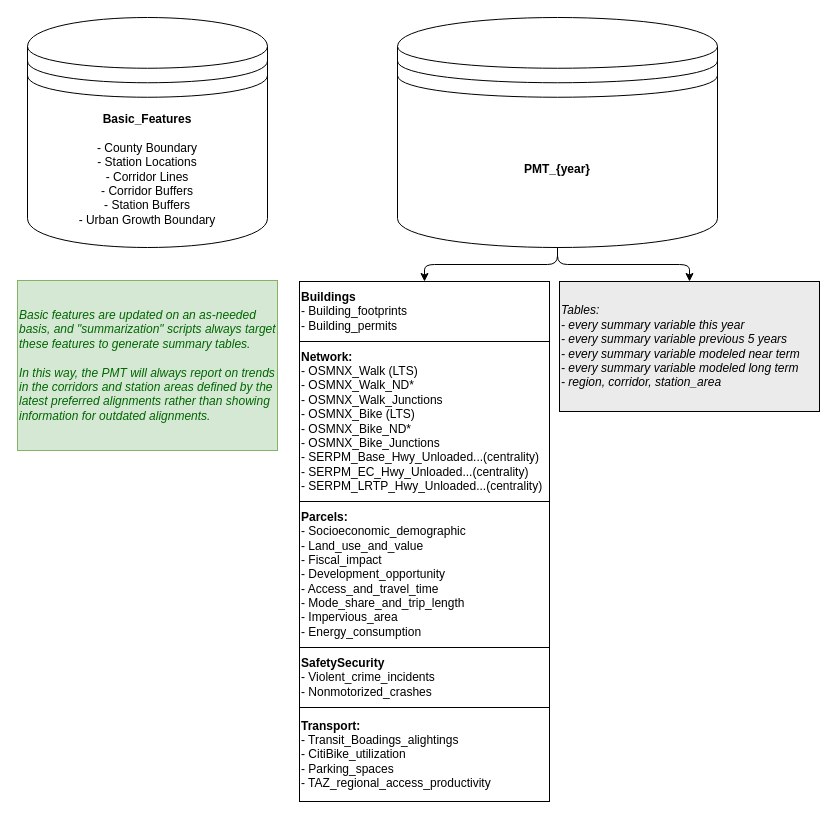
Above: page "GDBContents" (2 of 2) of Untitled Diagram.drawio in renaissanceplanning/Miami-TOD-PMT (draw.io), before the change. Source tidied: cells renumbered, new cells numbered last; positions are measured from the earlier drawing's top-left corner, leaving out a move shared by most shapes. Both pictures are drawn from the tidied source at 100%, with x=0, y=0 at pixel (17, 17).
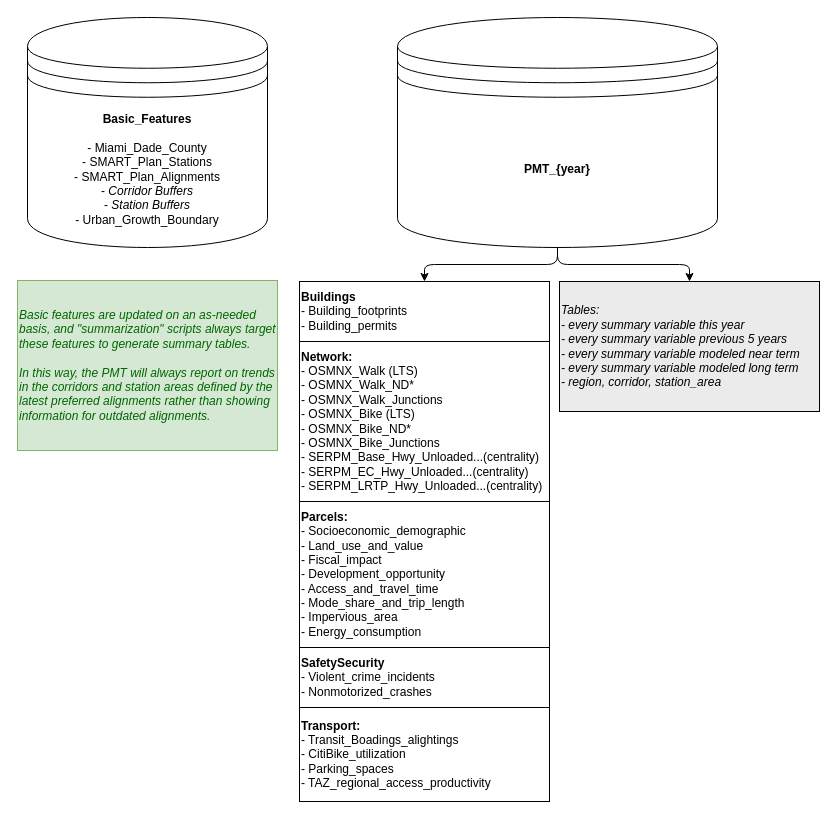
After the change.

What changed in the source:
```diff
@@
 <mxGraphModel>
   <root>
     <mxCell id="0" />
     <mxCell id="1" parent="0" />
     <mxCell id="2" value="&lt;b&gt;PMT_{year}&lt;/b&gt;" style="shape=datastore;whiteSpace=wrap;html=1;" parent="1" vertex="1">
       <mxGeometry x="380" width="320" height="230" as="geometry" />
     </mxCell>
     <mxCell id="3" value="&lt;div&gt;&lt;b&gt;Parcels:&lt;/b&gt;&lt;/div&gt;&lt;div&gt;- Socioeconomic_demographic&lt;br&gt;&lt;/div&gt;&lt;div&gt;- Land_use_and_value&lt;br&gt;&lt;/div&gt;&lt;div&gt;- Fiscal_impact&lt;/div&gt;&lt;div&gt;- Development_opportunity&lt;/div&gt;&lt;div&gt;- Access_and_travel_time&lt;/div&gt;&lt;div&gt;- Mode_share_and_trip_length&lt;/div&gt;&lt;div&gt;- Impervious_area&lt;br&gt;&lt;/div&gt;&lt;div&gt;- Energy_consumption&lt;/div&gt;" style="text;html=1;align=left;verticalAlign=middle;whiteSpace=wrap;rounded=0;strokeColor=#000000;" parent="1" vertex="1">
       <mxGeometry x="282" y="484" width="250" height="146" as="geometry" />
     </mxCell>
-    <mxCell id="4" value="&lt;div&gt;&lt;b&gt;Basic_Features&lt;/b&gt;&lt;/div&gt;&lt;div&gt;&lt;br&gt;&lt;div&gt;- County Boundary&lt;/div&gt;&lt;div&gt;- Station Locations&lt;/div&gt;&lt;div&gt;- Corridor Lines&lt;/div&gt;&lt;div&gt;- Corridor Buffers&lt;/div&gt;&lt;div&gt;- Station Buffers&lt;/div&gt;- Urban Growth Boundary&lt;/div&gt;" style="shape=datastore;whiteSpace=wrap;html=1;" parent="1" vertex="1">
+    <mxCell id="4" value="&lt;div&gt;&lt;b&gt;Basic_Features&lt;/b&gt;&lt;/div&gt;&lt;div&gt;&lt;br&gt;&lt;div&gt;- Miami_Dade_County&lt;/div&gt;&lt;div&gt;- SMART_Plan_Stations&lt;/div&gt;&lt;div&gt;- SMART_Plan_Alignments&lt;/div&gt;&lt;div&gt;- &lt;i&gt;Corridor Buffers&lt;/i&gt;&lt;/div&gt;&lt;div&gt;- &lt;i&gt;Station Buffers&lt;/i&gt;&lt;/div&gt;- Urban_Growth_Boundary&lt;/div&gt;" style="shape=datastore;whiteSpace=wrap;html=1;" parent="1" vertex="1">
       <mxGeometry x="10" width="240" height="230" as="geometry" />
     </mxCell>
     <mxCell id="5" value="&lt;div&gt;&lt;b&gt;Network:&lt;/b&gt;&lt;/div&gt;&lt;div&gt;- OSMNX_Walk (LTS)&lt;br&gt;&lt;/div&gt;&lt;div&gt;- OSMNX_Walk_ND*&lt;/div&gt;&lt;div&gt;- OSMNX_Walk_Junctions&lt;br&gt;&lt;/div&gt;&lt;div&gt;- OSMNX_Bike (LTS)&lt;br&gt;&lt;/div&gt;&lt;div&gt;- OSMNX_Bike_ND*&lt;/div&gt;&lt;div&gt;- OSMNX_Bike_Junctions&lt;/div&gt;&lt;div&gt;- SERPM_Base_Hwy_Unloaded...(centrality)&lt;/div&gt;&lt;div&gt;- SERPM_EC_Hwy_Unloaded...(centrality)&lt;/div&gt;&lt;div&gt;- SERPM_LRTP_Hwy_Unloaded...(centrality)&lt;/div&gt;" style="text;html=1;align=left;verticalAlign=middle;whiteSpace=wrap;rounded=0;strokeColor=#000000;" parent="1" vertex="1">
       <mxGeometry x="282" y="324" width="250" height="160" as="geometry" />
     </mxCell>
     <mxCell id="6" value="&lt;div&gt;&lt;b&gt;Transport:&lt;/b&gt;&lt;/div&gt;&lt;div&gt;- Transit_Boadings_alightings&lt;/div&gt;&lt;div&gt;- CitiBike_utilization&lt;/div&gt;&lt;div&gt;- Parking_spaces&lt;/div&gt;&lt;div&gt;- TAZ_regional_access_productivity&lt;/div&gt;" style="text;html=1;align=left;verticalAlign=middle;whiteSpace=wrap;rounded=0;strokeColor=#000000;" parent="1" vertex="1">
       <mxGeometry x="282" y="690" width="250" height="94" as="geometry" />
     </mxCell>
     <mxCell id="7" value="&lt;div&gt;&lt;b&gt;SafetySecurity&lt;/b&gt;&lt;/div&gt;&lt;div&gt;- Violent_crime_incidents&lt;/div&gt;&lt;div&gt;- Nonmotorized_crashes&lt;br&gt;&lt;/div&gt;" style="text;html=1;align=left;verticalAlign=middle;whiteSpace=wrap;rounded=0;strokeColor=#000000;" parent="1" vertex="1">
       <mxGeometry x="282" y="630" width="250" height="60" as="geometry" />
     </mxCell>
     <mxCell id="8" value="&lt;div&gt;&lt;i&gt;Tables:&lt;/i&gt;&lt;/div&gt;&lt;div&gt;&lt;i&gt;- every summary variable this year&lt;br&gt;&lt;/i&gt;&lt;/div&gt;&lt;div&gt;&lt;i&gt;- every summary variable previous 5 years&lt;/i&gt;&lt;/div&gt;&lt;div&gt;&lt;i&gt;- every summary variable modeled near term&lt;/i&gt;&lt;/div&gt;&lt;div&gt;&lt;i&gt;- every summary variable modeled long term&lt;br&gt;&lt;/i&gt;&lt;/div&gt;&lt;div&gt;&lt;i&gt;- region, corridor, station_area&lt;br&gt;&lt;/i&gt;&lt;/div&gt;" style="text;html=1;align=left;verticalAlign=middle;whiteSpace=wrap;rounded=0;strokeColor=#000000;fillColor=#EBEBEB;" parent="1" vertex="1">
       <mxGeometry x="542" y="264" width="260" height="130" as="geometry" />
     </mxCell>
     <mxCell id="9" value="&lt;div&gt;&lt;b&gt;Buildings&lt;/b&gt;&lt;/div&gt;&lt;div&gt;- Building_footprints&lt;/div&gt;&lt;div&gt;- Building_permits&lt;br&gt;&lt;/div&gt;" style="text;html=1;align=left;verticalAlign=middle;whiteSpace=wrap;rounded=0;strokeColor=#000000;" parent="1" vertex="1">
       <mxGeometry x="282" y="264" width="250" height="60" as="geometry" />
     </mxCell>
     <mxCell id="10" style="endArrow=classic;html=1;strokeWidth=1;fontColor=#000099;edgeStyle=orthogonalEdgeStyle;" parent="1" edge="1" source="2" target="9">
       <mxGeometry relative="1" as="geometry" />
     </mxCell>
     <mxCell id="11" style="endArrow=classic;html=1;strokeWidth=1;fontColor=#000099;edgeStyle=orthogonalEdgeStyle;" parent="1" edge="1" source="2" target="8">
       <mxGeometry relative="1" as="geometry" />
     </mxCell>
     <mxCell id="12" value="&lt;div&gt;&lt;font color=&quot;#006600&quot;&gt;&lt;i&gt;Basic features are updated on an as-needed basis, and &quot;summarization&quot; scripts always target these features to generate summary tables. &lt;br&gt;&lt;/i&gt;&lt;/font&gt;&lt;/div&gt;&lt;div&gt;&lt;font color=&quot;#006600&quot;&gt;&lt;i&gt;&lt;br&gt;&lt;/i&gt;&lt;/font&gt;&lt;/div&gt;&lt;div&gt;&lt;font color=&quot;#006600&quot;&gt;&lt;i&gt;In this way, the PMT will always report on trends in the corridors and station areas defined by the latest preferred alignments rather than showing information for outdated alignments. &lt;br&gt;&lt;/i&gt;&lt;/font&gt;&lt;/div&gt;" style="text;html=1;align=left;verticalAlign=middle;whiteSpace=wrap;rounded=0;strokeColor=#82b366;fillColor=#d5e8d4;" parent="1" vertex="1">
       <mxGeometry y="263" width="260" height="170" as="geometry" />
     </mxCell>
   </root>
 </mxGraphModel>
```
